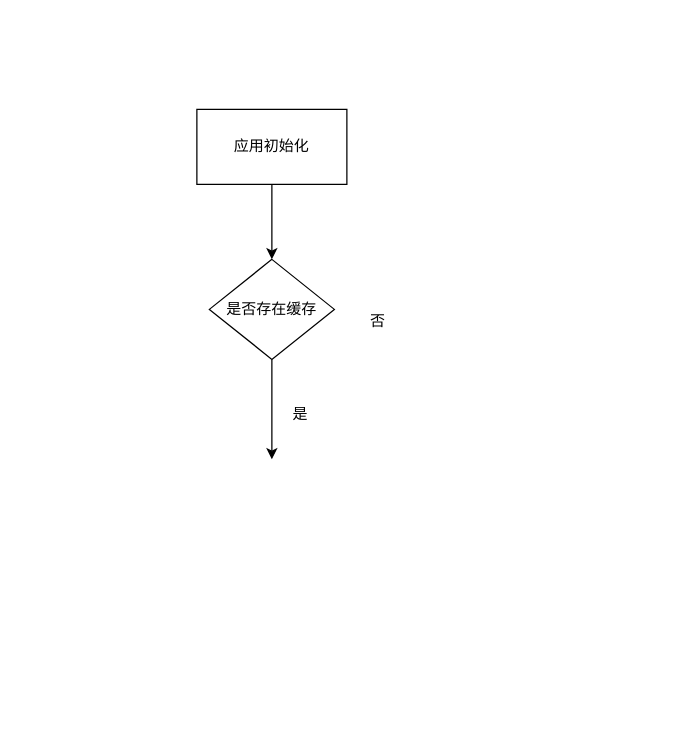
Before: Untitled Diagram.drawio in 666luyong/Diagram, a draw.io diagram. Source tidied: cells renumbered, new cells numbered last; positions are measured from the earlier drawing's top-left corner, leaving out a move shared by most shapes. Both pictures are drawn from the tidied source at 125%, with x=0, y=0 at pixel (196, 109).
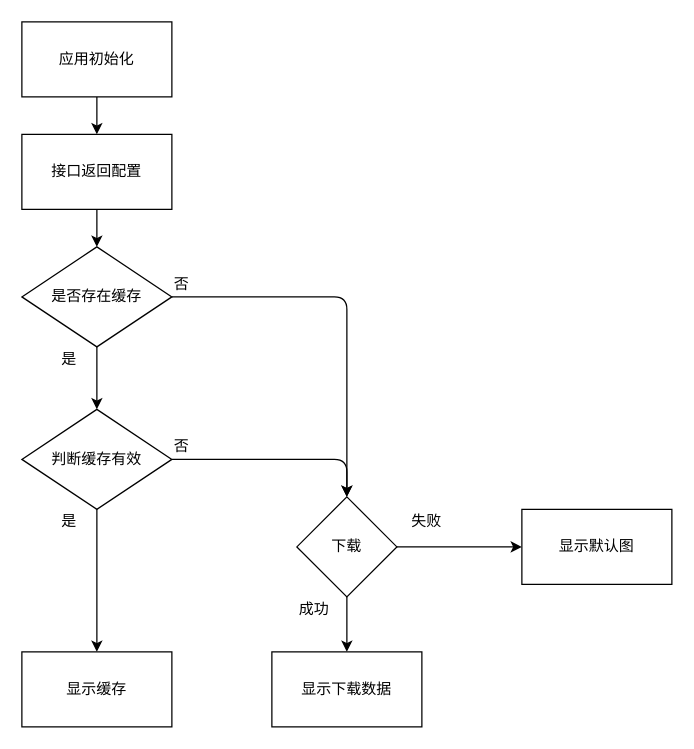
The same page after the edit.

Change to the diagram source:
```diff
@@
     <mxCell id="2" value="应用初始化" style="rounded=0;whiteSpace=wrap;html=1;" parent="1" vertex="1">
-      <mxGeometry width="120" height="60" as="geometry" />
+      <mxGeometry x="-140" y="-70" width="120" height="60" as="geometry" />
     </mxCell>
     <mxCell id="3" value="是否存在缓存" style="rhombus;whiteSpace=wrap;html=1;" parent="1" vertex="1">
-      <mxGeometry x="10" y="120" width="100" height="80" as="geometry" />
+      <mxGeometry x="-140" y="110" width="120" height="80" as="geometry" />
     </mxCell>
-    <mxCell id="4" style="endArrow=classic;html=1;exitX=0.5;exitY=1;exitDx=0;exitDy=0;entryX=0.5;entryY=0;entryDx=0;entryDy=0;" parent="1" edge="1" source="2" target="3">
+    <mxCell id="4" style="endArrow=classic;html=1;exitX=0.5;exitY=1;exitDx=0;exitDy=0;entryX=0.5;entryY=0;entryDx=0;entryDy=0;" parent="1" edge="1" source="2" target="9">
       <mxGeometry relative="1" as="geometry" />
     </mxCell>
     <mxCell id="5" style="endArrow=classic;html=1;exitX=0.5;exitY=1;exitDx=0;exitDy=0;" parent="1" edge="1" source="3">
       <mxGeometry relative="1" as="geometry">
-        <mxPoint x="60" y="280" as="targetPoint" />
+        <mxPoint x="-80" y="240" as="targetPoint" />
       </mxGeometry>
     </mxCell>
     <mxCell id="6" value="是" style="text;html=1;align=left;verticalAlign=top;spacingTop=-4;" parent="1" vertex="1">
-      <mxGeometry x="75" y="234" width="30" height="20" as="geometry" />
+      <mxGeometry x="-110" y="190" width="30" height="20" as="geometry" />
     </mxCell>
     <mxCell id="7" value="否" style="text;html=1;align=left;verticalAlign=top;spacingTop=-4;" parent="1" vertex="1">
-      <mxGeometry x="137" y="160" width="30" height="20" as="geometry" />
+      <mxGeometry x="-20" y="130" width="30" height="20" as="geometry" />
     </mxCell>
+    <mxCell id="8" style="endArrow=classic;html=1;exitX=1;exitY=0.5;exitDx=0;exitDy=0;entryX=0.5;entryY=0;entryDx=0;entryDy=0;" parent="1" edge="1" source="3" target="17">
+      <mxGeometry relative="1" as="geometry">
+        <Array as="points">
+          <mxPoint x="60" y="150" />
+          <mxPoint x="120" y="150" />
+        </Array>
+      </mxGeometry>
+    </mxCell>
+    <mxCell id="9" value="接口返回配置" style="rounded=0;whiteSpace=wrap;html=1;" parent="1" vertex="1">
+      <mxGeometry x="-140" y="20" width="120" height="60" as="geometry" />
+    </mxCell>
+    <mxCell id="10" style="endArrow=classic;html=1;exitX=0.5;exitY=1;exitDx=0;exitDy=0;entryX=0.5;entryY=0;entryDx=0;entryDy=0;" parent="1" edge="1" source="9" target="3">
+      <mxGeometry relative="1" as="geometry" />
+    </mxCell>
+    <mxCell id="11" value="判断缓存有效" style="rhombus;whiteSpace=wrap;html=1;" parent="1" vertex="1">
+      <mxGeometry x="-140" y="240" width="120" height="80" as="geometry" />
+    </mxCell>
+    <mxCell id="12" value="否" style="text;html=1;align=left;verticalAlign=top;spacingTop=-4;" parent="1" vertex="1">
+      <mxGeometry x="-20" y="260" width="30" height="20" as="geometry" />
+    </mxCell>
+    <mxCell id="13" style="endArrow=classic;html=1;exitX=0.5;exitY=1;exitDx=0;exitDy=0;entryX=0.5;entryY=0;entryDx=0;entryDy=0;" parent="1" edge="1" source="11" target="14">
+      <mxGeometry relative="1" as="geometry" />
+    </mxCell>
+    <mxCell id="14" value="显示缓存" style="rounded=0;whiteSpace=wrap;html=1;" parent="1" vertex="1">
+      <mxGeometry x="-140" y="434" width="120" height="60" as="geometry" />
+    </mxCell>
+    <mxCell id="15" style="edgeStyle=orthogonalEdgeStyle;rounded=0;jettySize=auto;html=1;entryX=0;entryY=0.5;entryDx=0;entryDy=0;" parent="1" edge="1" source="17">
+      <mxGeometry relative="1" as="geometry">
+        <mxPoint x="260" y="350" as="targetPoint" />
+      </mxGeometry>
+    </mxCell>
+    <mxCell id="16" style="edgeStyle=orthogonalEdgeStyle;rounded=0;jettySize=auto;html=1;entryX=0.5;entryY=0;entryDx=0;entryDy=0;" parent="1" edge="1" source="17" target="24">
+      <mxGeometry relative="1" as="geometry" />
+    </mxCell>
+    <mxCell id="17" value="下载" style="rhombus;whiteSpace=wrap;html=1;" parent="1" vertex="1">
+      <mxGeometry x="80" y="310" width="80" height="80" as="geometry" />
+    </mxCell>
+    <mxCell id="18" value="成功" style="text;html=1;align=left;verticalAlign=top;spacingTop=-4;" parent="1" vertex="1">
+      <mxGeometry x="80" y="390" width="40" height="20" as="geometry" />
+    </mxCell>
+    <mxCell id="19" value="失败&amp;nbsp;" style="text;html=1;align=left;verticalAlign=top;spacingTop=-4;" parent="1" vertex="1">
+      <mxGeometry x="170" y="320" width="40" height="20" as="geometry" />
+    </mxCell>
+    <mxCell id="20" style="endArrow=classic;html=1;exitX=1;exitY=0.5;exitDx=0;exitDy=0;entryX=0.5;entryY=0;entryDx=0;entryDy=0;" parent="1" edge="1" source="11" target="17">
+      <mxGeometry relative="1" as="geometry">
+        <Array as="points">
+          <mxPoint x="120" y="280" />
+        </Array>
+      </mxGeometry>
+    </mxCell>
+    <mxCell id="21" style="edgeStyle=orthogonalEdgeStyle;rounded=0;orthogonalLoop=1;jettySize=auto;html=1;exitX=0.5;exitY=1;exitDx=0;exitDy=0;" parent="1" edge="1" source="17" target="17">
+      <mxGeometry relative="1" as="geometry" />
+    </mxCell>
+    <mxCell id="22" value="是" style="text;html=1;align=left;verticalAlign=top;spacingTop=-4;" parent="1" vertex="1">
+      <mxGeometry x="-110" y="320" width="30" height="20" as="geometry" />
+    </mxCell>
+    <mxCell id="23" value="显示默认图" style="rounded=0;whiteSpace=wrap;html=1;" parent="1" vertex="1">
+      <mxGeometry x="260" y="320" width="120" height="60" as="geometry" />
+    </mxCell>
+    <mxCell id="24" value="显示下载数据" style="rounded=0;whiteSpace=wrap;html=1;" parent="1" vertex="1">
+      <mxGeometry x="60" y="434" width="120" height="60" as="geometry" />
+    </mxCell>
```
